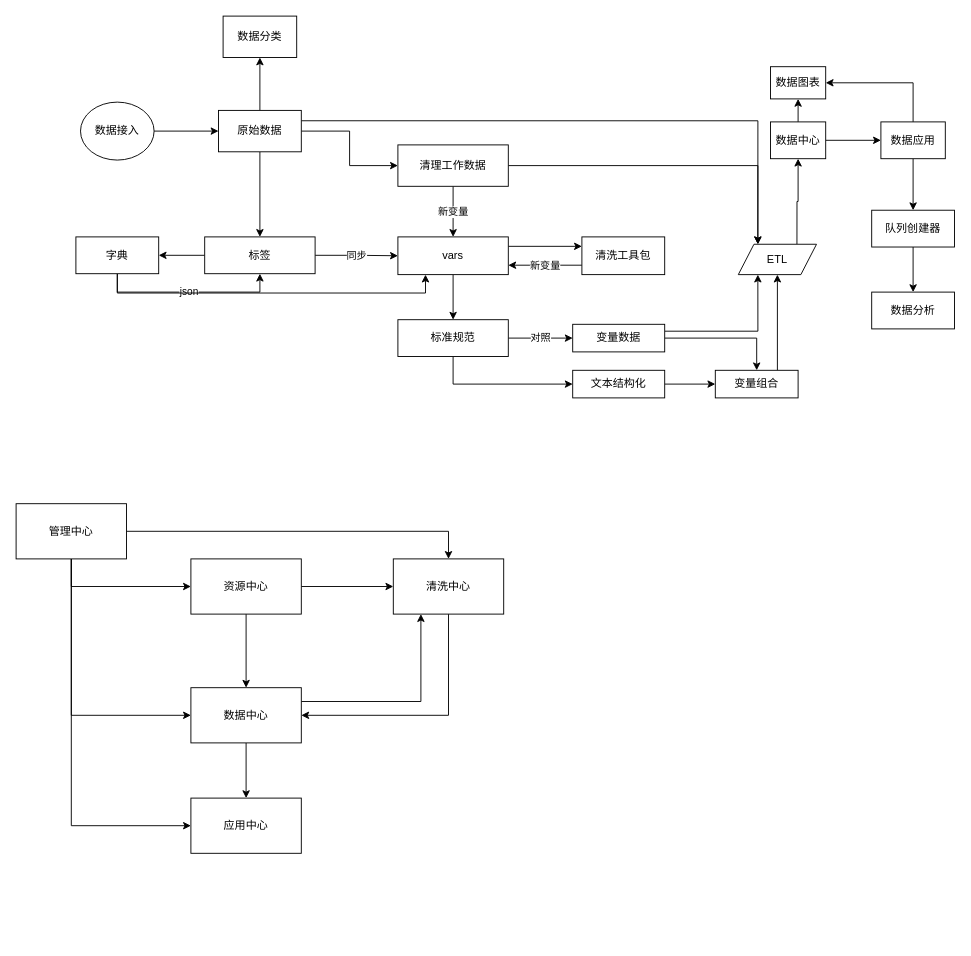
Earlier version of the draw.io diagram page "开发版平台" (3 of 3) of 康评系统演示.drawio (wychytu/drawio). Source tidied: cells renumbered, new cells numbered last; positions are measured from the earlier drawing's top-left corner, leaving out a move shared by most shapes. Both pictures are drawn from the tidied source at 92%, with x=0, y=0 at pixel (16, 16).
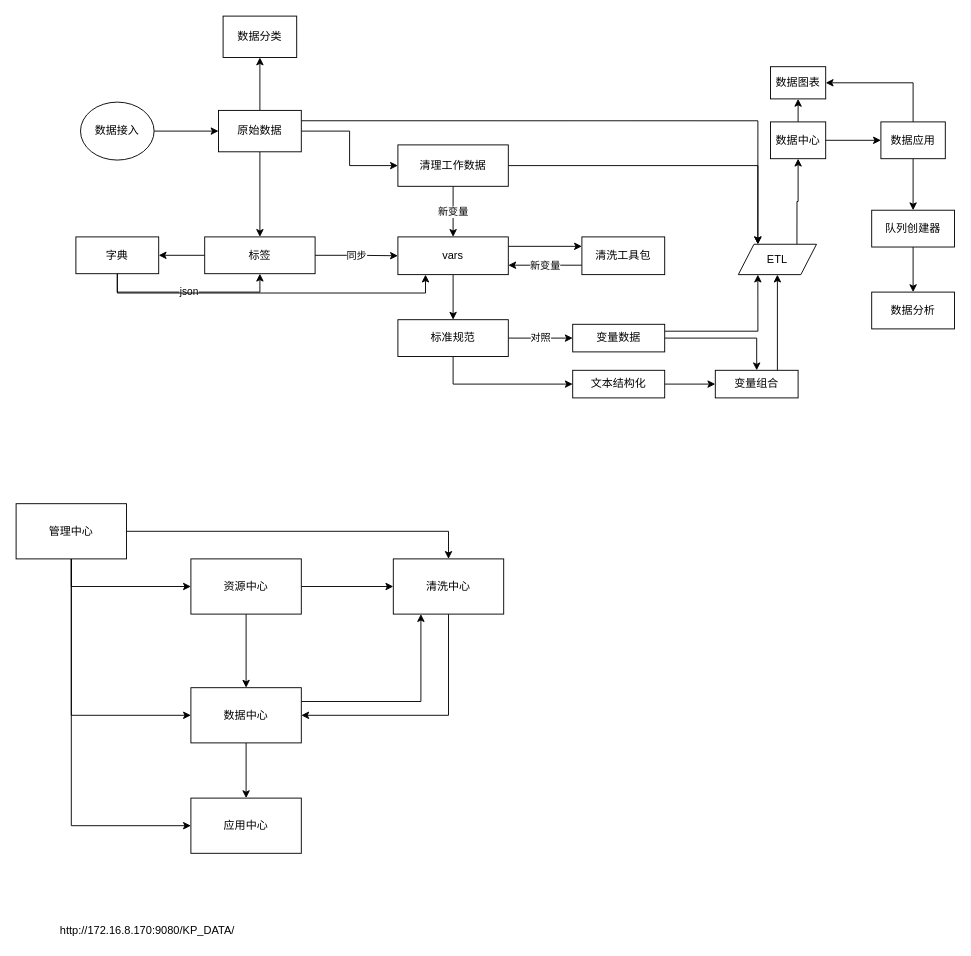
The same diagram, later.

The edit, as a diff of the source:
```diff
@@
+    <mxCell id="60" value="http://172.16.8.170:9080/KP_DATA/" style="text;html=1;align=left;verticalAlign=top;spacingTop=-4;" parent="1" vertex="1">
+      <mxGeometry x="46" y="984" width="210" height="20" as="geometry" />
+    </mxCell>
```
